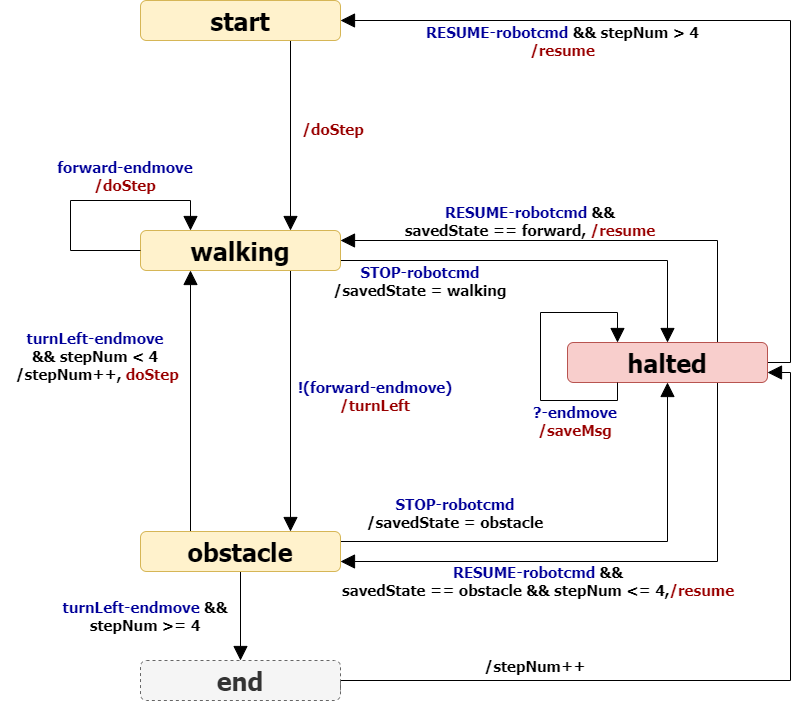
Earlier version of the draw.io export userDocs/img/ResumableBoundaryWalkerWithActor.png (LM-96/MarchegianiLuca). Source tidied: cells renumbered, new cells last; positions are measured from the earlier drawing's top-left corner, leaving out a move shared by most shapes.
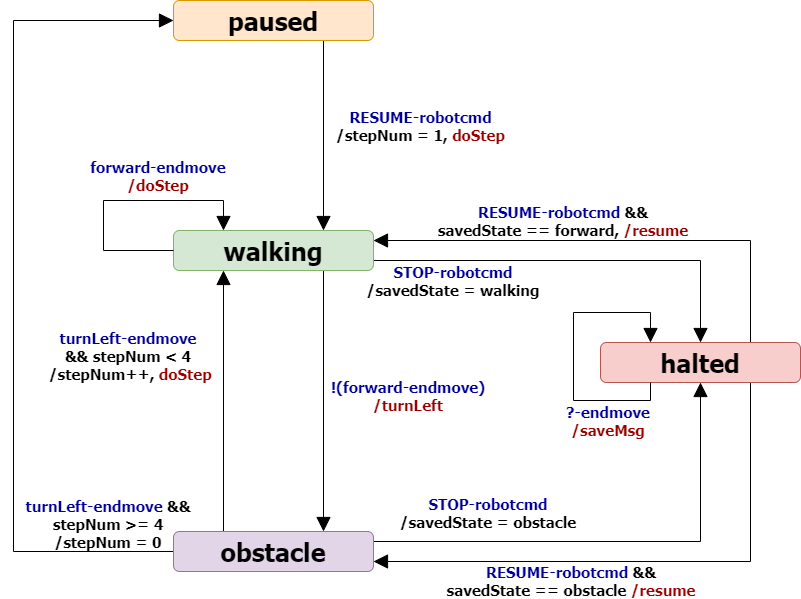
The same file after the commit.

Commit message:
ResumableBoundaryWalker with actors

The edit, as a diff of the source:
```diff
@@ -5,116 +5,96 @@
     <mxCell id="2" style="edgeStyle=orthogonalEdgeStyle;rounded=0;jettySize=auto;html=1;exitX=0.75;exitY=1;exitDx=0;exitDy=0;entryX=0.75;entryY=0;entryDx=0;entryDy=0;fontFamily=Tahoma;fontSize=25;endSize=12;endArrow=block;endFill=1;" parent="1" edge="1" source="3" target="6">
       <mxGeometry relative="1" as="geometry" />
     </mxCell>
-    <mxCell id="3" value="start" style="rounded=1;whiteSpace=wrap;html=1;fillColor=#fff2cc;strokeColor=#d6b656;fontStyle=1;fontSize=25;fontFamily=Tahoma;" parent="1" vertex="1">
+    <mxCell id="3" value="paused" style="rounded=1;whiteSpace=wrap;html=1;fillColor=#ffe6cc;strokeColor=#d79b00;fontStyle=1;fontSize=25;fontFamily=Tahoma;" parent="1" vertex="1">
       <mxGeometry x="140" width="200" height="40" as="geometry" />
     </mxCell>
     <mxCell id="4" style="edgeStyle=orthogonalEdgeStyle;rounded=0;jettySize=auto;html=1;exitX=0.75;exitY=1;exitDx=0;exitDy=0;entryX=0.75;entryY=0;entryDx=0;entryDy=0;endArrow=block;endFill=1;endSize=12;fontFamily=Tahoma;fontSize=25;" parent="1" edge="1" source="6" target="10">
       <mxGeometry relative="1" as="geometry" />
     </mxCell>
-    <mxCell id="5" style="rounded=0;jettySize=auto;html=1;exitX=1;exitY=0.75;exitDx=0;exitDy=0;entryX=0.5;entryY=0;entryDx=0;entryDy=0;endArrow=block;endFill=1;endSize=12;fontFamily=Tahoma;fontSize=22;fontColor=#990000;edgeStyle=orthogonalEdgeStyle;" parent="1" edge="1" source="6" target="14">
+    <mxCell id="5" style="rounded=0;jettySize=auto;html=1;exitX=1;exitY=0.75;exitDx=0;exitDy=0;entryX=0.5;entryY=0;entryDx=0;entryDy=0;endArrow=block;endFill=1;endSize=12;fontFamily=Tahoma;fontSize=22;fontColor=#990000;edgeStyle=orthogonalEdgeStyle;" parent="1" edge="1" source="6" target="13">
       <mxGeometry relative="1" as="geometry">
         <Array as="points">
           <mxPoint x="667" y="260" />
         </Array>
       </mxGeometry>
     </mxCell>
-    <mxCell id="6" value="walking" style="rounded=1;whiteSpace=wrap;html=1;fillColor=#fff2cc;strokeColor=#d6b656;fontStyle=1;fontSize=25;fontFamily=Tahoma;" parent="1" vertex="1">
+    <mxCell id="6" value="walking" style="rounded=1;whiteSpace=wrap;html=1;fillColor=#d5e8d4;strokeColor=#82b366;fontStyle=1;fontSize=25;fontFamily=Tahoma;" parent="1" vertex="1">
       <mxGeometry x="140" y="230" width="200" height="40" as="geometry" />
     </mxCell>
     <mxCell id="7" style="edgeStyle=orthogonalEdgeStyle;rounded=0;jettySize=auto;html=1;exitX=0.25;exitY=0;exitDx=0;exitDy=0;entryX=0.25;entryY=1;entryDx=0;entryDy=0;endArrow=block;endFill=1;endSize=12;fontFamily=Tahoma;fontSize=25;" parent="1" edge="1" source="10" target="6">
       <mxGeometry relative="1" as="geometry" />
     </mxCell>
-    <mxCell id="8" style="edgeStyle=orthogonalEdgeStyle;rounded=0;jettySize=auto;html=1;exitX=1;exitY=0.25;exitDx=0;exitDy=0;entryX=0.5;entryY=1;entryDx=0;entryDy=0;endArrow=block;endFill=1;endSize=12;fontFamily=Tahoma;fontSize=22;fontColor=#990000;" parent="1" edge="1" source="10" target="14">
+    <mxCell id="8" style="edgeStyle=orthogonalEdgeStyle;rounded=0;jettySize=auto;html=1;exitX=1;exitY=0.25;exitDx=0;exitDy=0;entryX=0.5;entryY=1;entryDx=0;entryDy=0;endArrow=block;endFill=1;endSize=12;fontFamily=Tahoma;fontSize=22;fontColor=#990000;" parent="1" edge="1" source="10" target="13">
       <mxGeometry relative="1" as="geometry" />
     </mxCell>
-    <mxCell id="9" style="edgeStyle=orthogonalEdgeStyle;rounded=0;jettySize=auto;html=1;endArrow=block;endFill=1;endSize=12;fontFamily=Tahoma;fontSize=15;fontColor=#000000;" parent="1" edge="1" source="10" target="28">
-      <mxGeometry relative="1" as="geometry" />
+    <mxCell id="9" style="edgeStyle=orthogonalEdgeStyle;rounded=0;jettySize=auto;html=1;endArrow=block;endFill=1;endSize=12;fontFamily=Tahoma;fontSize=15;fontColor=#000000;entryX=0;entryY=0.5;entryDx=0;entryDy=0;" parent="1" edge="1" source="10" target="3">
+      <mxGeometry relative="1" as="geometry">
+        <Array as="points">
+          <mxPoint x="-20" y="551" />
+          <mxPoint x="-20" y="20" />
+        </Array>
+      </mxGeometry>
     </mxCell>
-    <mxCell id="10" value="obstacle" style="rounded=1;whiteSpace=wrap;html=1;fillColor=#fff2cc;strokeColor=#d6b656;fontStyle=1;fontSize=25;fontFamily=Tahoma;" parent="1" vertex="1">
+    <mxCell id="10" value="obstacle" style="rounded=1;whiteSpace=wrap;html=1;fillColor=#e1d5e7;strokeColor=#9673a6;fontStyle=1;fontSize=25;fontFamily=Tahoma;" parent="1" vertex="1">
       <mxGeometry x="140" y="531" width="200" height="40" as="geometry" />
     </mxCell>
-    <mxCell id="11" style="edgeStyle=orthogonalEdgeStyle;rounded=0;jettySize=auto;html=1;exitX=0.75;exitY=0;exitDx=0;exitDy=0;entryX=1;entryY=0.25;entryDx=0;entryDy=0;endArrow=block;endFill=1;endSize=12;fontFamily=Tahoma;fontSize=20;fontColor=#990000;" parent="1" edge="1" source="14" target="6">
+    <mxCell id="11" style="edgeStyle=orthogonalEdgeStyle;rounded=0;jettySize=auto;html=1;exitX=0.75;exitY=0;exitDx=0;exitDy=0;entryX=1;entryY=0.25;entryDx=0;entryDy=0;endArrow=block;endFill=1;endSize=12;fontFamily=Tahoma;fontSize=20;fontColor=#990000;" parent="1" edge="1" source="13" target="6">
       <mxGeometry relative="1" as="geometry" />
     </mxCell>
-    <mxCell id="12" style="edgeStyle=orthogonalEdgeStyle;rounded=0;jettySize=auto;html=1;exitX=0.75;exitY=1;exitDx=0;exitDy=0;entryX=1;entryY=0.75;entryDx=0;entryDy=0;endArrow=block;endFill=1;endSize=12;fontFamily=Tahoma;fontSize=20;fontColor=#990000;" parent="1" edge="1" source="14" target="10">
+    <mxCell id="12" style="edgeStyle=orthogonalEdgeStyle;rounded=0;jettySize=auto;html=1;exitX=0.75;exitY=1;exitDx=0;exitDy=0;entryX=1;entryY=0.75;entryDx=0;entryDy=0;endArrow=block;endFill=1;endSize=12;fontFamily=Tahoma;fontSize=20;fontColor=#990000;" parent="1" edge="1" source="13" target="10">
       <mxGeometry relative="1" as="geometry" />
     </mxCell>
-    <mxCell id="13" style="edgeStyle=orthogonalEdgeStyle;rounded=0;jettySize=auto;html=1;exitX=1;exitY=0.5;exitDx=0;exitDy=0;entryX=1;entryY=0.5;entryDx=0;entryDy=0;endArrow=block;endFill=1;endSize=12;fontFamily=Tahoma;fontSize=15;fontColor=#990000;" parent="1" edge="1" source="14" target="3">
-      <mxGeometry relative="1" as="geometry">
-        <Array as="points">
-          <mxPoint x="790" y="362" />
-          <mxPoint x="790" y="20" />
-        </Array>
-      </mxGeometry>
+    <mxCell id="13" value="halted" style="rounded=1;whiteSpace=wrap;html=1;fillColor=#f8cecc;strokeColor=#b85450;fontStyle=1;fontSize=25;fontFamily=Tahoma;" parent="1" vertex="1">
+      <mxGeometry x="567" y="342" width="200" height="40" as="geometry" />
     </mxCell>
-    <mxCell id="14" value="halted" style="rounded=1;whiteSpace=wrap;html=1;fillColor=#f8cecc;strokeColor=#b85450;fontStyle=1;fontSize=25;fontFamily=Tahoma;" parent="1" vertex="1">
-      <mxGeometry x="567" y="342" width="200" height="40" as="geometry" />
+    <mxCell id="14" style="edgeStyle=orthogonalEdgeStyle;rounded=0;orthogonalLoop=1;jettySize=auto;html=1;exitX=0;exitY=0.5;exitDx=0;exitDy=0;entryX=0.25;entryY=0;entryDx=0;entryDy=0;endArrow=block;endFill=1;endSize=12;fontFamily=Tahoma;fontSize=25;" parent="1" edge="1" source="6" target="6">
+      <mxGeometry relative="1" as="geometry">
+        <Array as="points">
+          <mxPoint x="70" y="250" />
+          <mxPoint x="70" y="200" />
+          <mxPoint x="190" y="200" />
+        </Array>
+      </mxGeometry>
     </mxCell>
-    <mxCell id="15" style="edgeStyle=orthogonalEdgeStyle;rounded=0;orthogonalLoop=1;jettySize=auto;html=1;exitX=0;exitY=0.5;exitDx=0;exitDy=0;entryX=0.25;entryY=0;entryDx=0;entryDy=0;endArrow=block;endFill=1;endSize=12;fontFamily=Tahoma;fontSize=25;" parent="1" edge="1" source="6" target="6">
-      <mxGeometry relative="1" as="geometry">
-        <Array as="points">
-          <mxPoint x="70" y="250" />
-          <mxPoint x="70" y="200" />
-          <mxPoint x="190" y="200" />
-        </Array>
-      </mxGeometry>
+    <mxCell id="15" value="&lt;font color=&quot;#000099&quot; style=&quot;font-size: 15px;&quot;&gt;forward-endmove&lt;br style=&quot;font-size: 15px;&quot;&gt;&lt;/font&gt;/doStep" style="text;html=1;strokeColor=none;fillColor=none;align=center;verticalAlign=middle;whiteSpace=wrap;rounded=0;fontFamily=Tahoma;fontSize=15;fontStyle=1;fontColor=#990000;" parent="1" vertex="1">
+      <mxGeometry x="30" y="140" width="190" height="70" as="geometry" />
     </mxCell>
-    <mxCell id="16" value="&lt;font color=&quot;#000099&quot; style=&quot;font-size: 15px;&quot;&gt;forward-endmove&lt;br style=&quot;font-size: 15px;&quot;&gt;&lt;/font&gt;/doStep" style="text;html=1;strokeColor=none;fillColor=none;align=center;verticalAlign=middle;whiteSpace=wrap;rounded=0;fontFamily=Tahoma;fontSize=15;fontStyle=1;fontColor=#990000;" parent="1" vertex="1">
-      <mxGeometry x="30" y="140" width="190" height="70" as="geometry" />
+    <mxCell id="16" value="&lt;font color=&quot;#000099&quot; style=&quot;font-size: 15px&quot;&gt;turnLeft-endmove&lt;/font&gt;&lt;br style=&quot;font-size: 15px&quot;&gt;&lt;font color=&quot;#000000&quot; style=&quot;font-size: 15px&quot;&gt;&amp;amp;&amp;amp; stepNum &amp;lt; 4&lt;/font&gt;&lt;br style=&quot;font-size: 15px&quot;&gt;&lt;span style=&quot;color: rgb(0 , 0 , 0) ; font-size: 15px&quot;&gt;&amp;nbsp;/stepNum++,&amp;nbsp;&lt;/span&gt;doStep" style="text;html=1;strokeColor=none;fillColor=none;align=center;verticalAlign=middle;whiteSpace=wrap;rounded=0;fontFamily=Tahoma;fontSize=15;fontStyle=1;fontColor=#990000;" parent="1" vertex="1">
+      <mxGeometry y="320" width="190" height="70" as="geometry" />
     </mxCell>
-    <mxCell id="17" value="&lt;font color=&quot;#000099&quot; style=&quot;font-size: 15px&quot;&gt;turnLeft-endmove&lt;/font&gt;&lt;br style=&quot;font-size: 15px&quot;&gt;&lt;font color=&quot;#000000&quot; style=&quot;font-size: 15px&quot;&gt;&amp;amp;&amp;amp; stepNum &amp;lt; 4&lt;/font&gt;&lt;br style=&quot;font-size: 15px&quot;&gt;&lt;span style=&quot;color: rgb(0 , 0 , 0) ; font-size: 15px&quot;&gt;&amp;nbsp;/stepNum++,&amp;nbsp;&lt;/span&gt;doStep" style="text;html=1;strokeColor=none;fillColor=none;align=center;verticalAlign=middle;whiteSpace=wrap;rounded=0;fontFamily=Tahoma;fontSize=15;fontStyle=1;fontColor=#990000;" parent="1" vertex="1">
-      <mxGeometry y="320" width="190" height="70" as="geometry" />
+    <mxCell id="17" value="&lt;font color=&quot;#000099&quot; style=&quot;font-size: 15px;&quot;&gt;!(forward-endmove)&lt;/font&gt;&lt;br style=&quot;font-size: 15px;&quot;&gt;/turnLeft" style="text;html=1;strokeColor=none;fillColor=none;align=center;verticalAlign=middle;whiteSpace=wrap;rounded=0;fontFamily=Tahoma;fontSize=15;fontStyle=1;fontColor=#990000;" parent="1" vertex="1">
+      <mxGeometry x="280" y="360" width="190" height="70" as="geometry" />
     </mxCell>
-    <mxCell id="18" value="&lt;font color=&quot;#000099&quot; style=&quot;font-size: 15px;&quot;&gt;!(forward-endmove)&lt;/font&gt;&lt;br style=&quot;font-size: 15px;&quot;&gt;/turnLeft" style="text;html=1;strokeColor=none;fillColor=none;align=center;verticalAlign=middle;whiteSpace=wrap;rounded=0;fontFamily=Tahoma;fontSize=15;fontStyle=1;fontColor=#990000;" parent="1" vertex="1">
-      <mxGeometry x="280" y="360" width="190" height="70" as="geometry" />
+    <mxCell id="18" value="&lt;font color=&quot;#000099&quot; style=&quot;font-size: 15px&quot;&gt;STOP-robotcmd&lt;/font&gt;&lt;br style=&quot;font-size: 15px&quot;&gt;&lt;span style=&quot;color: rgb(0 , 0 , 0)&quot;&gt;/savedState = walking&lt;/span&gt;" style="text;html=1;strokeColor=none;fillColor=none;align=center;verticalAlign=middle;whiteSpace=wrap;rounded=0;fontFamily=Tahoma;fontSize=15;fontStyle=1;fontColor=#990000;" parent="1" vertex="1">
+      <mxGeometry x="310" y="260" width="220" height="40" as="geometry" />
     </mxCell>
-    <mxCell id="19" value="&lt;font color=&quot;#000099&quot; style=&quot;font-size: 15px&quot;&gt;STOP-robotcmd&lt;/font&gt;&lt;br style=&quot;font-size: 15px&quot;&gt;&lt;span style=&quot;color: rgb(0 , 0 , 0)&quot;&gt;/savedState = walking&lt;/span&gt;" style="text;html=1;strokeColor=none;fillColor=none;align=center;verticalAlign=middle;whiteSpace=wrap;rounded=0;fontFamily=Tahoma;fontSize=15;fontStyle=1;fontColor=#990000;" parent="1" vertex="1">
-      <mxGeometry x="310" y="260" width="220" height="40" as="geometry" />
+    <mxCell id="19" style="edgeStyle=orthogonalEdgeStyle;rounded=0;orthogonalLoop=1;jettySize=auto;html=1;exitX=0.25;exitY=1;exitDx=0;exitDy=0;entryX=0.25;entryY=0;entryDx=0;entryDy=0;endArrow=block;endFill=1;endSize=12;fontFamily=Tahoma;fontSize=15;fontColor=#990000;" parent="1" edge="1" source="13" target="13">
+      <mxGeometry relative="1" as="geometry">
+        <Array as="points">
+          <mxPoint x="617" y="400" />
+          <mxPoint x="540" y="400" />
+          <mxPoint x="540" y="312" />
+          <mxPoint x="617" y="312" />
+        </Array>
+      </mxGeometry>
     </mxCell>
-    <mxCell id="20" style="edgeStyle=orthogonalEdgeStyle;rounded=0;orthogonalLoop=1;jettySize=auto;html=1;exitX=0.25;exitY=1;exitDx=0;exitDy=0;entryX=0.25;entryY=0;entryDx=0;entryDy=0;endArrow=block;endFill=1;endSize=12;fontFamily=Tahoma;fontSize=15;fontColor=#990000;" parent="1" edge="1" source="14" target="14">
-      <mxGeometry relative="1" as="geometry">
-        <Array as="points">
-          <mxPoint x="617" y="400" />
-          <mxPoint x="540" y="400" />
-          <mxPoint x="540" y="312" />
-          <mxPoint x="617" y="312" />
-        </Array>
-      </mxGeometry>
+    <mxCell id="20" value="&lt;font color=&quot;#000099&quot;&gt;?-endmove&lt;/font&gt;&lt;font color=&quot;#000099&quot;&gt;&lt;br&gt;&lt;/font&gt;/saveMsg&lt;font color=&quot;#000099&quot;&gt;&lt;br&gt;&lt;/font&gt;" style="text;html=1;strokeColor=none;fillColor=none;align=center;verticalAlign=middle;whiteSpace=wrap;rounded=0;fontFamily=Tahoma;fontSize=15;fontStyle=1;fontColor=#990000;" parent="1" vertex="1">
+      <mxGeometry x="500" y="400" width="150" height="40" as="geometry" />
     </mxCell>
-    <mxCell id="21" value="&lt;font color=&quot;#000099&quot;&gt;?-endmove&lt;/font&gt;&lt;font color=&quot;#000099&quot;&gt;&lt;br&gt;&lt;/font&gt;/saveMsg&lt;font color=&quot;#000099&quot;&gt;&lt;br&gt;&lt;/font&gt;" style="text;html=1;strokeColor=none;fillColor=none;align=center;verticalAlign=middle;whiteSpace=wrap;rounded=0;fontFamily=Tahoma;fontSize=15;fontStyle=1;fontColor=#990000;" parent="1" vertex="1">
-      <mxGeometry x="500" y="400" width="150" height="40" as="geometry" />
+    <mxCell id="21" value="&lt;span style=&quot;color: rgb(0 , 0 , 153)&quot;&gt;RESUME-robotcmd&lt;/span&gt;&lt;font style=&quot;font-size: 15px&quot; color=&quot;#000000&quot;&gt;&amp;nbsp;&amp;amp;&amp;amp;&lt;br&gt;savedState == forward,&amp;nbsp;&lt;/font&gt;/resume" style="text;html=1;strokeColor=none;fillColor=none;align=center;verticalAlign=middle;whiteSpace=wrap;rounded=0;fontFamily=Tahoma;fontSize=15;fontStyle=1;fontColor=#990000;" parent="1" vertex="1">
+      <mxGeometry x="370" y="200" width="320" height="40" as="geometry" />
     </mxCell>
-    <mxCell id="22" value="&lt;span style=&quot;color: rgb(0 , 0 , 153)&quot;&gt;RESUME-robotcmd&lt;/span&gt;&lt;font style=&quot;font-size: 15px&quot; color=&quot;#000000&quot;&gt;&amp;nbsp;&amp;amp;&amp;amp;&lt;br&gt;savedState == forward,&amp;nbsp;&lt;/font&gt;/resume" style="text;html=1;strokeColor=none;fillColor=none;align=center;verticalAlign=middle;whiteSpace=wrap;rounded=0;fontFamily=Tahoma;fontSize=15;fontStyle=1;fontColor=#990000;" parent="1" vertex="1">
-      <mxGeometry x="370" y="200" width="320" height="40" as="geometry" />
+    <mxCell id="22" value="&lt;span style=&quot;color: rgb(0 , 0 , 153)&quot;&gt;STOP-robotcmd&lt;/span&gt;&lt;font style=&quot;font-size: 15px&quot; color=&quot;#000000&quot;&gt;&lt;br&gt;&lt;/font&gt;&lt;font style=&quot;font-size: 15px&quot; color=&quot;#000000&quot;&gt;/savedState = obstacle&lt;/font&gt;" style="text;html=1;strokeColor=none;fillColor=none;align=center;verticalAlign=middle;whiteSpace=wrap;rounded=0;fontFamily=Tahoma;fontSize=15;fontStyle=1;fontColor=#990000;" parent="1" vertex="1">
+      <mxGeometry x="300" y="487" width="310" height="50" as="geometry" />
     </mxCell>
-    <mxCell id="23" value="/doStep" style="text;html=1;strokeColor=none;fillColor=none;align=center;verticalAlign=middle;whiteSpace=wrap;rounded=0;fontFamily=Tahoma;fontSize=15;fontStyle=1;fontColor=#990000;" parent="1" vertex="1">
-      <mxGeometry x="290" y="115" width="86" height="25" as="geometry" />
+    <mxCell id="23" value="&lt;font style=&quot;font-size: 15px&quot;&gt;&lt;span style=&quot;color: rgb(0 , 0 , 153)&quot;&gt;RESUME-robotcmd&lt;/span&gt;&amp;nbsp;&amp;amp;&amp;amp;&lt;br&gt;savedState == obstacle&amp;nbsp;&lt;/font&gt;&lt;span style=&quot;color: rgb(153 , 0 , 0)&quot;&gt;/resume&lt;/span&gt;" style="text;html=1;strokeColor=none;fillColor=none;align=center;verticalAlign=middle;whiteSpace=wrap;rounded=0;fontFamily=Tahoma;fontSize=15;fontStyle=1;" parent="1" vertex="1">
+      <mxGeometry x="340" y="565" width="396" height="30" as="geometry" />
     </mxCell>
-    <mxCell id="24" value="&lt;span style=&quot;color: rgb(0 , 0 , 153)&quot;&gt;STOP-robotcmd&lt;/span&gt;&lt;font style=&quot;font-size: 15px&quot; color=&quot;#000000&quot;&gt;&lt;br&gt;&lt;/font&gt;&lt;font style=&quot;font-size: 15px&quot; color=&quot;#000000&quot;&gt;/savedState = obstacle&lt;/font&gt;" style="text;html=1;strokeColor=none;fillColor=none;align=center;verticalAlign=middle;whiteSpace=wrap;rounded=0;fontFamily=Tahoma;fontSize=15;fontStyle=1;fontColor=#990000;" parent="1" vertex="1">
-      <mxGeometry x="300" y="487" width="310" height="50" as="geometry" />
+    <mxCell id="24" value="&lt;span style=&quot;color: rgb(0 , 0 , 153)&quot;&gt;RESUME-robotcmd&lt;br&gt;&lt;/span&gt;&lt;font color=&quot;#000000&quot;&gt;/stepNum = 1,&lt;/font&gt; doStep&lt;font style=&quot;font-size: 15px&quot; color=&quot;#000000&quot;&gt;&lt;br&gt;&lt;/font&gt;" style="text;html=1;strokeColor=none;fillColor=none;align=center;verticalAlign=middle;whiteSpace=wrap;rounded=0;fontFamily=Tahoma;fontSize=15;fontStyle=1;fontColor=#990000;" parent="1" vertex="1">
+      <mxGeometry x="280" y="110" width="215" height="30" as="geometry" />
     </mxCell>
-    <mxCell id="25" value="&lt;font style=&quot;font-size: 15px&quot;&gt;&lt;span style=&quot;color: rgb(0 , 0 , 153)&quot;&gt;RESUME-robotcmd&lt;/span&gt;&amp;nbsp;&amp;amp;&amp;amp;&lt;br&gt;savedState == obstacle &amp;amp;&amp;amp; stepNum &amp;lt;= 4,&lt;/font&gt;&lt;span style=&quot;color: rgb(153 , 0 , 0)&quot;&gt;/resume&lt;/span&gt;" style="text;html=1;strokeColor=none;fillColor=none;align=center;verticalAlign=middle;whiteSpace=wrap;rounded=0;fontFamily=Tahoma;fontSize=15;fontStyle=1;" parent="1" vertex="1">
-      <mxGeometry x="340" y="565" width="396" height="30" as="geometry" />
+    <mxCell id="25" value="&lt;span style=&quot;color: rgb(0 , 0 , 153)&quot;&gt;turnLeft-endmove&lt;/span&gt;&lt;font style=&quot;font-size: 15px&quot; color=&quot;#000000&quot;&gt;&amp;nbsp;&amp;amp;&amp;amp;&lt;br&gt;stepNum &amp;gt;= 4&lt;br&gt;/stepNum = 0&lt;br&gt;&lt;/font&gt;" style="text;html=1;strokeColor=none;fillColor=none;align=center;verticalAlign=middle;whiteSpace=wrap;rounded=0;fontFamily=Tahoma;fontSize=15;fontStyle=1;fontColor=#990000;" parent="1" vertex="1">
+      <mxGeometry x="-30" y="498" width="210" height="50" as="geometry" />
     </mxCell>
-    <mxCell id="26" value="&lt;span style=&quot;color: rgb(0 , 0 , 153)&quot;&gt;RESUME-robotcmd&lt;/span&gt;&lt;font style=&quot;font-size: 15px&quot; color=&quot;#000000&quot;&gt;&amp;nbsp;&amp;amp;&amp;amp; stepNum &amp;gt; 4&lt;br&gt;&lt;/font&gt;/resume&lt;font style=&quot;font-size: 15px&quot; color=&quot;#000000&quot;&gt;&lt;br&gt;&lt;/font&gt;" style="text;html=1;strokeColor=none;fillColor=none;align=center;verticalAlign=middle;whiteSpace=wrap;rounded=0;fontFamily=Tahoma;fontSize=15;fontStyle=1;fontColor=#990000;" parent="1" vertex="1">
-      <mxGeometry x="400" y="25" width="325" height="30" as="geometry" />
-    </mxCell>
-    <mxCell id="27" style="edgeStyle=orthogonalEdgeStyle;rounded=0;jettySize=auto;html=1;exitX=1;exitY=0.75;exitDx=0;exitDy=0;entryX=1;entryY=0.75;entryDx=0;entryDy=0;endArrow=block;endFill=1;endSize=12;fontFamily=Tahoma;fontSize=15;fontColor=#000000;" parent="1" edge="1" source="28" target="14">
-      <mxGeometry relative="1" as="geometry">
-        <Array as="points">
-          <mxPoint x="790" y="680" />
-          <mxPoint x="790" y="372" />
-        </Array>
-      </mxGeometry>
-    </mxCell>
-    <mxCell id="28" value="end" style="rounded=1;whiteSpace=wrap;html=1;fillColor=#f5f5f5;strokeColor=#666666;fontStyle=1;fontSize=25;fontFamily=Tahoma;fontColor=#333333;dashed=1;" parent="1" vertex="1">
-      <mxGeometry x="140" y="660" width="200" height="40" as="geometry" />
-    </mxCell>
-    <mxCell id="29" value="&lt;span style=&quot;color: rgb(0 , 0 , 153)&quot;&gt;turnLeft-endmove&lt;/span&gt;&lt;font style=&quot;font-size: 15px&quot; color=&quot;#000000&quot;&gt;&amp;nbsp;&amp;amp;&amp;amp;&lt;br&gt;stepNum &amp;gt;= 4&lt;br&gt;&lt;/font&gt;" style="text;html=1;strokeColor=none;fillColor=none;align=center;verticalAlign=middle;whiteSpace=wrap;rounded=0;fontFamily=Tahoma;fontSize=15;fontStyle=1;fontColor=#990000;" parent="1" vertex="1">
-      <mxGeometry x="40" y="590" width="210" height="50" as="geometry" />
-    </mxCell>
-    <mxCell id="30" value="&lt;font style=&quot;font-size: 15px&quot; color=&quot;#000000&quot;&gt;/stepNum++&lt;/font&gt;" style="text;html=1;strokeColor=none;fillColor=none;align=center;verticalAlign=middle;whiteSpace=wrap;rounded=0;fontFamily=Tahoma;fontSize=15;fontStyle=1;fontColor=#990000;" parent="1" vertex="1">
-      <mxGeometry x="380" y="640" width="310" height="50" as="geometry" />
-    </mxCell>
   </root>
 </mxGraphModel>
```
